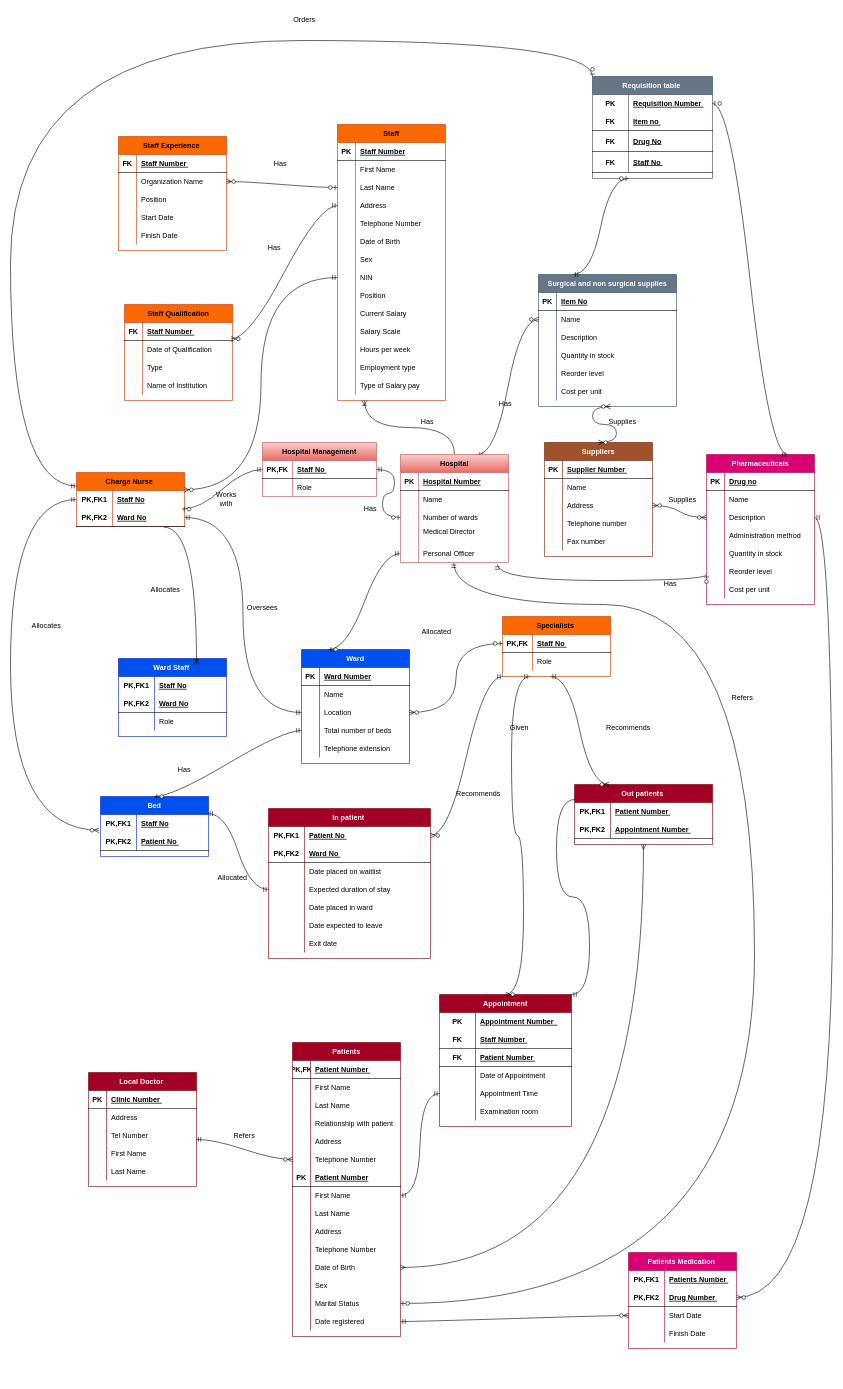
This is DB project.drawio from andrewnabaala/OOP1Classwork, a draw.io file, before an edit. Source tidied: cells renumbered, new cells numbered last; positions are measured from the earlier drawing's top-left corner, leaving out a move shared by most shapes. Both pictures are drawn from the tidied source at 60%, with x=0, y=0 at pixel (10, 10).
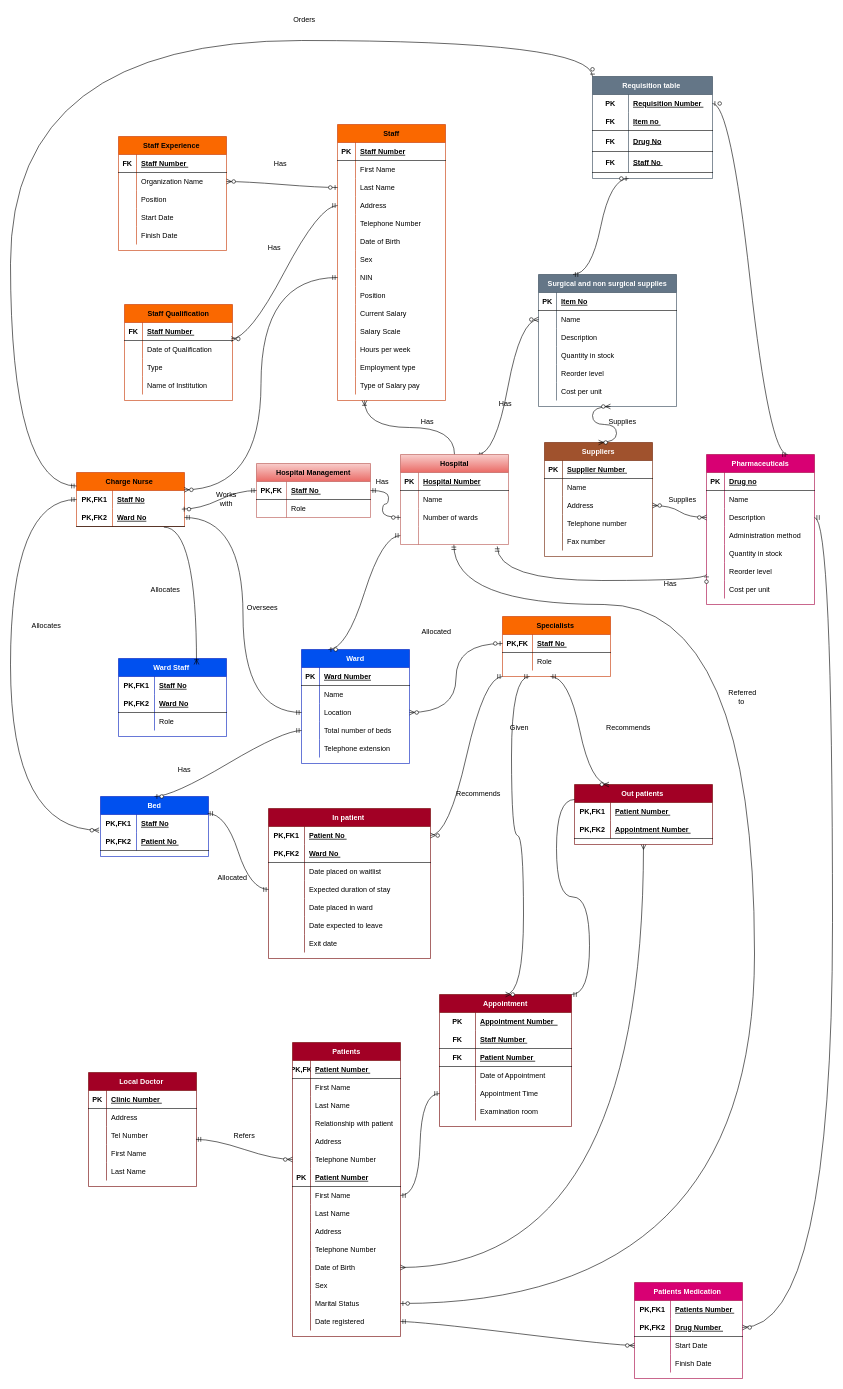
Above is the later version.

Change to the diagram source:
```diff
@@
     <mxCell id="157" value="Patients Medication " style="shape=table;startSize=30;childLayout=tableLayout;rowLines=0;fontStyle=1;align=center;fillColor=#d80073;fontColor=#ffffff;strokeColor=#A50040;" parent="1" vertex="1">
-      <mxGeometry x="1030" y="2070" width="180" height="160" as="geometry" />
+      <mxGeometry x="1040" y="2120" width="180" height="160" as="geometry" />
     </mxCell>
@@
-    <mxCell id="357" value="Refers" style="text;html=1;strokeColor=none;fillColor=none;align=center;verticalAlign=middle;whiteSpace=wrap;rounded=0;" parent="1" vertex="1">
+    <mxCell id="357" value="Referred to&amp;nbsp;" style="text;html=1;strokeColor=none;fillColor=none;align=center;verticalAlign=middle;whiteSpace=wrap;rounded=0;" parent="1" vertex="1">
       <mxGeometry x="1190" y="1130" width="60" height="30" as="geometry" />
     </mxCell>
@@
     <mxCell id="362" value="Hospital Management" style="shape=table;startSize=30;childLayout=tableLayout;rowLines=0;fontStyle=1;align=center;fillColor=#f8cecc;strokeColor=#b85450;gradientColor=#ea6b66;" parent="1" vertex="1">
-      <mxGeometry x="420" y="720" width="190" height="90" as="geometry" />
+      <mxGeometry x="410" y="755" width="190" height="90" as="geometry" />
     </mxCell>
@@
     <mxCell id="370" value="Hospital" style="shape=table;startSize=30;childLayout=tableLayout;rowLines=0;fontStyle=1;align=center;fillColor=#f8cecc;strokeColor=#b85450;gradientColor=#ea6b66;" parent="1" vertex="1">
-      <mxGeometry x="650" y="740" width="180" height="180" as="geometry" />
+      <mxGeometry x="650" y="740" width="180" height="150" as="geometry" />
     </mxCell>
@@
-    <mxCell id="380" style="shape=tableRow;horizontal=0;startSize=0;swimlaneHead=0;swimlaneBody=0;fillColor=none;top=0;left=0;right=0;bottom=0;" parent="370" vertex="1">
-      <mxGeometry y="120" width="180" height="30" as="geometry" />
-    </mxCell>
-    <mxCell id="381" style="shape=partialRectangle;fillColor=none;top=0;left=0;bottom=0;right=0;overflow=hidden;" parent="380" vertex="1">
-      <mxGeometry width="30" height="30" as="geometry" />
-    </mxCell>
-    <mxCell id="382" value="Medical Director &#10;" style="shape=partialRectangle;fillColor=none;top=0;left=0;bottom=0;right=0;align=left;spacingLeft=6;overflow=hidden;" parent="380" vertex="1">
-      <mxGeometry x="30" width="150" height="30" as="geometry" />
-    </mxCell>
     <mxCell id="383" style="shape=tableRow;horizontal=0;startSize=0;swimlaneHead=0;swimlaneBody=0;fillColor=none;points=[[0,0.5],[1,0.5]];portConstraint=eastwest;top=0;left=0;right=0;bottom=0;" parent="370" vertex="1">
-      <mxGeometry y="150" width="180" height="30" as="geometry" />
+      <mxGeometry y="120" width="180" height="30" as="geometry" />
     </mxCell>
@@
-    <mxCell id="385" value="Personal Officer " style="shape=partialRectangle;fillColor=none;top=0;left=0;bottom=0;right=0;align=left;spacingLeft=6;overflow=hidden;" parent="383" vertex="1">
+    <mxCell id="385" style="shape=partialRectangle;fillColor=none;top=0;left=0;bottom=0;right=0;align=left;spacingLeft=6;overflow=hidden;" parent="383" vertex="1">
       <mxGeometry x="30" width="150" height="30" as="geometry" />
     </mxCell>
@@
     <mxCell id="387" value="Has" style="text;html=1;strokeColor=none;fillColor=none;align=center;verticalAlign=middle;whiteSpace=wrap;rounded=0;" parent="1" vertex="1">
-      <mxGeometry x="570" y="815" width="60" height="30" as="geometry" />
+      <mxGeometry x="590" y="770" width="60" height="30" as="geometry" />
     </mxCell>
```
